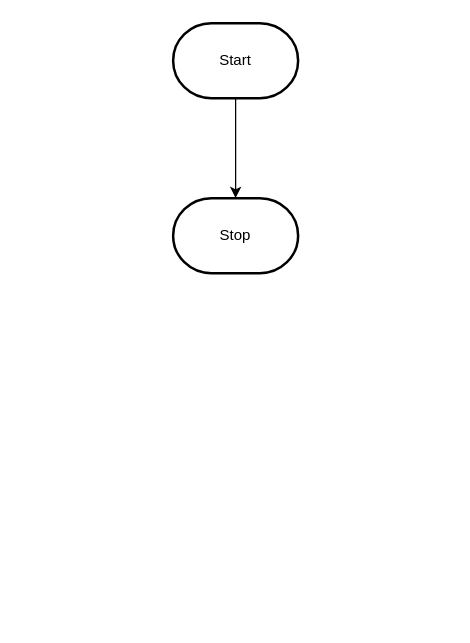
Before: design/flowchart.drawio in MTHS-ICS2O-2-2022/ICS2O-Assignment-05-jakub-malhotra, a draw.io diagram. Source tidied: cells renumbered, new cells numbered last; positions are measured from the earlier drawing's top-left corner, leaving out a move shared by most shapes. Both pictures are drawn from the tidied source at 125%, with x=0, y=0 at pixel (172, 22).
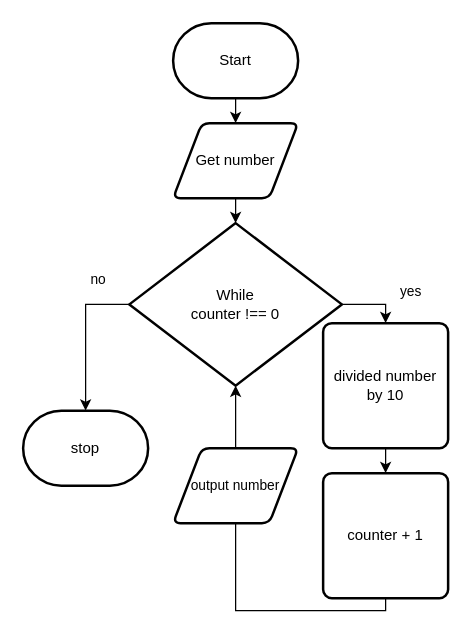
Above is the later version.

Change to the diagram source:
```diff
@@
 <mxGraphModel>
   <root>
     <mxCell id="0" />
     <mxCell id="1" parent="0" />
-    <mxCell id="2" style="edgeStyle=orthogonalEdgeStyle;html=1;rounded=0;" parent="1" edge="1" source="3" target="4">
-      <mxGeometry relative="1" as="geometry" />
-    </mxCell>
+    <mxCell id="5" style="edgeStyle=none;html=1;" parent="1" edge="1" source="3" target="7">
+      <mxGeometry relative="1" as="geometry" />
+    </mxCell>
     <mxCell id="3" value="Start" style="strokeWidth=2;html=1;shape=mxgraph.flowchart.terminator;whiteSpace=wrap;" parent="1" vertex="1">
       <mxGeometry width="100" height="60" as="geometry" />
     </mxCell>
-    <mxCell id="4" value="Stop" style="strokeWidth=2;html=1;shape=mxgraph.flowchart.terminator;whiteSpace=wrap;" parent="1" vertex="1">
-      <mxGeometry y="140" width="100" height="60" as="geometry" />
-    </mxCell>
+    <mxCell id="6" style="edgeStyle=none;html=1;exitX=0.5;exitY=1;exitDx=0;exitDy=0;entryX=0.5;entryY=0;entryDx=0;entryDy=0;entryPerimeter=0;" parent="1" edge="1" source="7" target="11">
+      <mxGeometry relative="1" as="geometry" />
+    </mxCell>
+    <mxCell id="7" value="Get number" style="shape=parallelogram;html=1;strokeWidth=2;perimeter=parallelogramPerimeter;whiteSpace=wrap;rounded=1;arcSize=12;size=0.23;" parent="1" vertex="1">
+      <mxGeometry y="80" width="100" height="60" as="geometry" />
+    </mxCell>
+    <mxCell id="8" style="edgeStyle=none;html=1;entryX=0.5;entryY=0;entryDx=0;entryDy=0;entryPerimeter=0;" parent="1" edge="1" target="11">
+      <mxGeometry relative="1" as="geometry">
+        <mxPoint x="50" y="200" as="sourcePoint" />
+      </mxGeometry>
+    </mxCell>
+    <mxCell id="9" style="edgeStyle=orthogonalEdgeStyle;html=1;exitX=1;exitY=0.5;exitDx=0;exitDy=0;exitPerimeter=0;entryX=0.5;entryY=0;entryDx=0;entryDy=0;rounded=0;" parent="1" edge="1" source="11" target="13">
+      <mxGeometry relative="1" as="geometry" />
+    </mxCell>
+    <mxCell id="10" style="edgeStyle=orthogonalEdgeStyle;html=1;exitX=0;exitY=0.5;exitDx=0;exitDy=0;exitPerimeter=0;entryX=0.5;entryY=0;entryDx=0;entryDy=0;entryPerimeter=0;rounded=0;" parent="1" edge="1" source="11" target="18">
+      <mxGeometry relative="1" as="geometry" />
+    </mxCell>
+    <mxCell id="11" value="While&lt;br&gt;counter !== 0" style="strokeWidth=2;html=1;shape=mxgraph.flowchart.decision;whiteSpace=wrap;" parent="1" vertex="1">
+      <mxGeometry x="-35" y="160" width="170" height="130" as="geometry" />
+    </mxCell>
+    <mxCell id="12" style="edgeStyle=orthogonalEdgeStyle;shape=connector;rounded=0;html=1;exitX=0.5;exitY=1;exitDx=0;exitDy=0;entryX=0.5;entryY=0;entryDx=0;entryDy=0;labelBackgroundColor=default;strokeColor=default;fontFamily=Helvetica;fontSize=11;fontColor=default;endArrow=classic;" parent="1" edge="1" source="13" target="15">
+      <mxGeometry relative="1" as="geometry" />
+    </mxCell>
+    <mxCell id="13" value="divided number by 10" style="rounded=1;whiteSpace=wrap;html=1;absoluteArcSize=1;arcSize=14;strokeWidth=2;" parent="1" vertex="1">
+      <mxGeometry x="120" y="240" width="100" height="100" as="geometry" />
+    </mxCell>
+    <mxCell id="14" style="edgeStyle=orthogonalEdgeStyle;shape=connector;rounded=0;html=1;exitX=0.5;exitY=1;exitDx=0;exitDy=0;entryX=0.5;entryY=1;entryDx=0;entryDy=0;entryPerimeter=0;labelBackgroundColor=default;strokeColor=default;fontFamily=Helvetica;fontSize=11;fontColor=default;endArrow=classic;" parent="1" edge="1" source="15" target="11">
+      <mxGeometry relative="1" as="geometry" />
+    </mxCell>
+    <mxCell id="15" value="counter + 1" style="rounded=1;whiteSpace=wrap;html=1;absoluteArcSize=1;arcSize=14;strokeWidth=2;" parent="1" vertex="1">
+      <mxGeometry x="120" y="360" width="100" height="100" as="geometry" />
+    </mxCell>
+    <mxCell id="16" value="yes" style="text;html=1;align=center;verticalAlign=middle;strokeColor=none;fillColor=none;fontSize=11;fontFamily=Helvetica;fontColor=default;" parent="1" vertex="1">
+      <mxGeometry x="170" y="200" width="40" height="30" as="geometry" />
+    </mxCell>
+    <mxCell id="17" value="output number" style="shape=parallelogram;html=1;strokeWidth=2;perimeter=parallelogramPerimeter;whiteSpace=wrap;rounded=1;arcSize=12;size=0.23;fontFamily=Helvetica;fontSize=11;fontColor=default;" parent="1" vertex="1">
+      <mxGeometry y="340" width="100" height="60" as="geometry" />
+    </mxCell>
+    <mxCell id="18" value="stop" style="strokeWidth=2;html=1;shape=mxgraph.flowchart.terminator;whiteSpace=wrap;" parent="1" vertex="1">
+      <mxGeometry x="-120" y="310" width="100" height="60" as="geometry" />
+    </mxCell>
+    <mxCell id="19" value="no" style="text;html=1;align=center;verticalAlign=middle;strokeColor=none;fillColor=none;fontSize=11;fontFamily=Helvetica;fontColor=default;" parent="1" vertex="1">
+      <mxGeometry x="-80" y="190" width="40" height="30" as="geometry" />
+    </mxCell>
   </root>
 </mxGraphModel>
```
